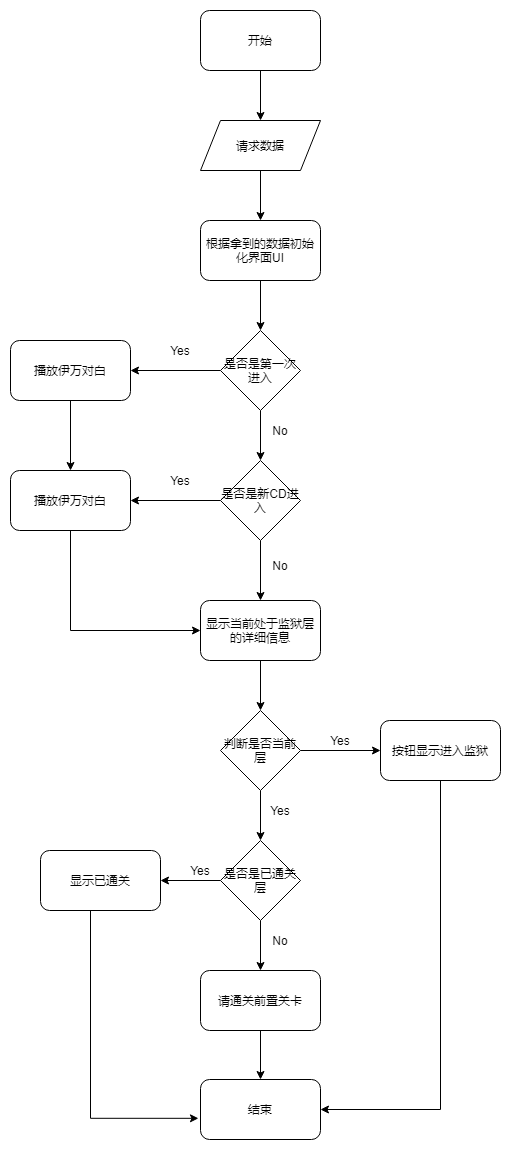
PeterZHQ/StudyRoad keeps this draw.io diagram as Untitled DiagramDeep.png. Above is the earlier version. Source tidied: cells renumbered, new cells last; positions are measured from the earlier drawing's top-left corner, leaving out a move shared by most shapes. The source it was exported from:
```xml
<mxGraphModel>
  <root>
    <mxCell id="0" />
    <mxCell id="1" parent="0" />
    <mxCell id="2" style="edgeStyle=orthogonalEdgeStyle;rounded=0;jettySize=auto;html=1;" parent="1" edge="1" source="3" target="5">
      <mxGeometry relative="1" as="geometry" />
    </mxCell>
    <mxCell id="3" value="开始" style="rounded=1;whiteSpace=wrap;html=1;" parent="1" vertex="1">
      <mxGeometry x="190" width="120" height="60" as="geometry" />
    </mxCell>
    <mxCell id="4" style="edgeStyle=orthogonalEdgeStyle;rounded=0;jettySize=auto;html=1;" parent="1" edge="1" source="5">
      <mxGeometry relative="1" as="geometry">
        <mxPoint x="250" y="210" as="targetPoint" />
      </mxGeometry>
    </mxCell>
    <mxCell id="5" value="请求数据" style="shape=parallelogram;perimeter=parallelogramPerimeter;whiteSpace=wrap;html=1;fixedSize=1;" parent="1" vertex="1">
      <mxGeometry x="190" y="110" width="120" height="50" as="geometry" />
    </mxCell>
    <mxCell id="6" style="edgeStyle=orthogonalEdgeStyle;rounded=0;jettySize=auto;html=1;entryX=0.5;entryY=0;entryDx=0;entryDy=0;" parent="1" edge="1" source="7" target="10">
      <mxGeometry relative="1" as="geometry" />
    </mxCell>
    <mxCell id="7" value="根据拿到的数据初始化界面UI" style="rounded=1;whiteSpace=wrap;html=1;" parent="1" vertex="1">
      <mxGeometry x="190" y="210" width="120" height="60" as="geometry" />
    </mxCell>
    <mxCell id="8" style="edgeStyle=orthogonalEdgeStyle;rounded=0;jettySize=auto;html=1;entryX=1;entryY=0.5;entryDx=0;entryDy=0;" parent="1" edge="1" source="10" target="12">
      <mxGeometry relative="1" as="geometry" />
    </mxCell>
    <mxCell id="9" style="edgeStyle=orthogonalEdgeStyle;rounded=0;jettySize=auto;html=1;entryX=0.5;entryY=0;entryDx=0;entryDy=0;" parent="1" edge="1" source="10" target="16">
      <mxGeometry relative="1" as="geometry" />
    </mxCell>
    <mxCell id="10" value="是否是第一次进入" style="rhombus;whiteSpace=wrap;html=1;" parent="1" vertex="1">
      <mxGeometry x="210" y="320" width="80" height="80" as="geometry" />
    </mxCell>
    <mxCell id="11" style="edgeStyle=orthogonalEdgeStyle;rounded=0;jettySize=auto;html=1;entryX=0.5;entryY=0;entryDx=0;entryDy=0;" parent="1" edge="1" source="12" target="19">
      <mxGeometry relative="1" as="geometry" />
    </mxCell>
    <mxCell id="12" value="播放伊万对白" style="rounded=1;whiteSpace=wrap;html=1;" parent="1" vertex="1">
      <mxGeometry y="330" width="120" height="60" as="geometry" />
    </mxCell>
    <mxCell id="13" value="Yes" style="text;html=1;strokeColor=none;fillColor=none;align=center;verticalAlign=middle;whiteSpace=wrap;rounded=0;" parent="1" vertex="1">
      <mxGeometry x="150" y="330" width="40" height="20" as="geometry" />
    </mxCell>
    <mxCell id="14" style="edgeStyle=orthogonalEdgeStyle;rounded=0;jettySize=auto;html=1;entryX=1;entryY=0.5;entryDx=0;entryDy=0;" parent="1" edge="1" source="16" target="19">
      <mxGeometry relative="1" as="geometry" />
    </mxCell>
    <mxCell id="15" style="edgeStyle=orthogonalEdgeStyle;rounded=0;jettySize=auto;html=1;" parent="1" edge="1" source="16" target="22">
      <mxGeometry relative="1" as="geometry" />
    </mxCell>
    <mxCell id="16" value="是否是新CD进入" style="rhombus;whiteSpace=wrap;html=1;" parent="1" vertex="1">
      <mxGeometry x="210" y="450" width="80" height="80" as="geometry" />
    </mxCell>
    <mxCell id="17" value="No" style="text;html=1;strokeColor=none;fillColor=none;align=center;verticalAlign=middle;whiteSpace=wrap;rounded=0;" parent="1" vertex="1">
      <mxGeometry x="250" y="410" width="40" height="20" as="geometry" />
    </mxCell>
    <mxCell id="18" style="edgeStyle=orthogonalEdgeStyle;rounded=0;jettySize=auto;html=1;entryX=0;entryY=0.5;entryDx=0;entryDy=0;" parent="1" edge="1" source="19" target="22">
      <mxGeometry relative="1" as="geometry">
        <Array as="points">
          <mxPoint x="60" y="620" />
        </Array>
      </mxGeometry>
    </mxCell>
    <mxCell id="19" value="播放伊万对白" style="rounded=1;whiteSpace=wrap;html=1;" parent="1" vertex="1">
      <mxGeometry y="460" width="120" height="60" as="geometry" />
    </mxCell>
    <mxCell id="20" value="Yes" style="text;html=1;strokeColor=none;fillColor=none;align=center;verticalAlign=middle;whiteSpace=wrap;rounded=0;" parent="1" vertex="1">
      <mxGeometry x="150" y="460" width="40" height="20" as="geometry" />
    </mxCell>
    <mxCell id="21" style="edgeStyle=orthogonalEdgeStyle;rounded=0;jettySize=auto;html=1;entryX=0.5;entryY=0;entryDx=0;entryDy=0;" parent="1" edge="1" source="22" target="26">
      <mxGeometry relative="1" as="geometry" />
    </mxCell>
    <mxCell id="22" value="显示当前处于监狱层的详细信息" style="rounded=1;whiteSpace=wrap;html=1;" parent="1" vertex="1">
      <mxGeometry x="190" y="590" width="120" height="60" as="geometry" />
    </mxCell>
    <mxCell id="23" value="No" style="text;html=1;strokeColor=none;fillColor=none;align=center;verticalAlign=middle;whiteSpace=wrap;rounded=0;" parent="1" vertex="1">
      <mxGeometry x="250" y="545" width="40" height="20" as="geometry" />
    </mxCell>
    <mxCell id="24" style="edgeStyle=orthogonalEdgeStyle;rounded=0;jettySize=auto;html=1;entryX=0;entryY=0.5;entryDx=0;entryDy=0;" parent="1" edge="1" source="26" target="28">
      <mxGeometry relative="1" as="geometry" />
    </mxCell>
    <mxCell id="25" style="edgeStyle=orthogonalEdgeStyle;rounded=0;jettySize=auto;html=1;entryX=0.5;entryY=0;entryDx=0;entryDy=0;" parent="1" edge="1" source="26" target="32">
      <mxGeometry relative="1" as="geometry" />
    </mxCell>
    <mxCell id="26" value="判断是否当前层" style="rhombus;whiteSpace=wrap;html=1;" parent="1" vertex="1">
      <mxGeometry x="210" y="700" width="80" height="80" as="geometry" />
    </mxCell>
    <mxCell id="27" style="edgeStyle=orthogonalEdgeStyle;rounded=0;jettySize=auto;html=1;entryX=1;entryY=0.5;entryDx=0;entryDy=0;" parent="1" edge="1" source="28" target="40">
      <mxGeometry relative="1" as="geometry">
        <Array as="points">
          <mxPoint x="430" y="1099" />
        </Array>
      </mxGeometry>
    </mxCell>
    <mxCell id="28" value="按钮显示进入监狱" style="rounded=1;whiteSpace=wrap;html=1;" parent="1" vertex="1">
      <mxGeometry x="370" y="710" width="120" height="60" as="geometry" />
    </mxCell>
    <mxCell id="29" value="Yes" style="text;html=1;strokeColor=none;fillColor=none;align=center;verticalAlign=middle;whiteSpace=wrap;rounded=0;" parent="1" vertex="1">
      <mxGeometry x="310" y="720" width="40" height="20" as="geometry" />
    </mxCell>
    <mxCell id="30" style="edgeStyle=orthogonalEdgeStyle;rounded=0;jettySize=auto;html=1;" parent="1" edge="1" source="32" target="35">
      <mxGeometry relative="1" as="geometry" />
    </mxCell>
    <mxCell id="31" style="edgeStyle=orthogonalEdgeStyle;rounded=0;jettySize=auto;html=1;exitX=0.5;exitY=1;exitDx=0;exitDy=0;" parent="1" edge="1" source="32" target="38">
      <mxGeometry relative="1" as="geometry" />
    </mxCell>
    <mxCell id="32" value="是否是已通关&lt;br&gt;层" style="rhombus;whiteSpace=wrap;html=1;" parent="1" vertex="1">
      <mxGeometry x="210" y="830" width="80" height="80" as="geometry" />
    </mxCell>
    <mxCell id="33" value="Yes" style="text;html=1;strokeColor=none;fillColor=none;align=center;verticalAlign=middle;whiteSpace=wrap;rounded=0;" parent="1" vertex="1">
      <mxGeometry x="250" y="790" width="40" height="20" as="geometry" />
    </mxCell>
    <mxCell id="34" style="edgeStyle=orthogonalEdgeStyle;rounded=0;jettySize=auto;html=1;entryX=-0.017;entryY=0.647;entryDx=0;entryDy=0;entryPerimeter=0;" parent="1" edge="1" source="35" target="40">
      <mxGeometry relative="1" as="geometry">
        <Array as="points">
          <mxPoint x="80" y="1108" />
        </Array>
      </mxGeometry>
    </mxCell>
    <mxCell id="35" value="显示已通关" style="rounded=1;whiteSpace=wrap;html=1;" parent="1" vertex="1">
      <mxGeometry x="30" y="840" width="120" height="60" as="geometry" />
    </mxCell>
    <mxCell id="36" value="Yes" style="text;html=1;strokeColor=none;fillColor=none;align=center;verticalAlign=middle;whiteSpace=wrap;rounded=0;" parent="1" vertex="1">
      <mxGeometry x="170" y="850" width="40" height="20" as="geometry" />
    </mxCell>
    <mxCell id="37" style="edgeStyle=orthogonalEdgeStyle;rounded=0;jettySize=auto;html=1;entryX=0.5;entryY=0;entryDx=0;entryDy=0;" parent="1" edge="1" source="38" target="40">
      <mxGeometry relative="1" as="geometry" />
    </mxCell>
    <mxCell id="38" value="请通关前置关卡" style="rounded=1;whiteSpace=wrap;html=1;" parent="1" vertex="1">
      <mxGeometry x="190" y="960" width="120" height="60" as="geometry" />
    </mxCell>
    <mxCell id="39" value="No" style="text;html=1;strokeColor=none;fillColor=none;align=center;verticalAlign=middle;whiteSpace=wrap;rounded=0;" parent="1" vertex="1">
      <mxGeometry x="250" y="920" width="40" height="20" as="geometry" />
    </mxCell>
    <mxCell id="40" value="结束" style="rounded=1;whiteSpace=wrap;html=1;" parent="1" vertex="1">
      <mxGeometry x="190" y="1069" width="120" height="60" as="geometry" />
    </mxCell>
  </root>
</mxGraphModel>
```
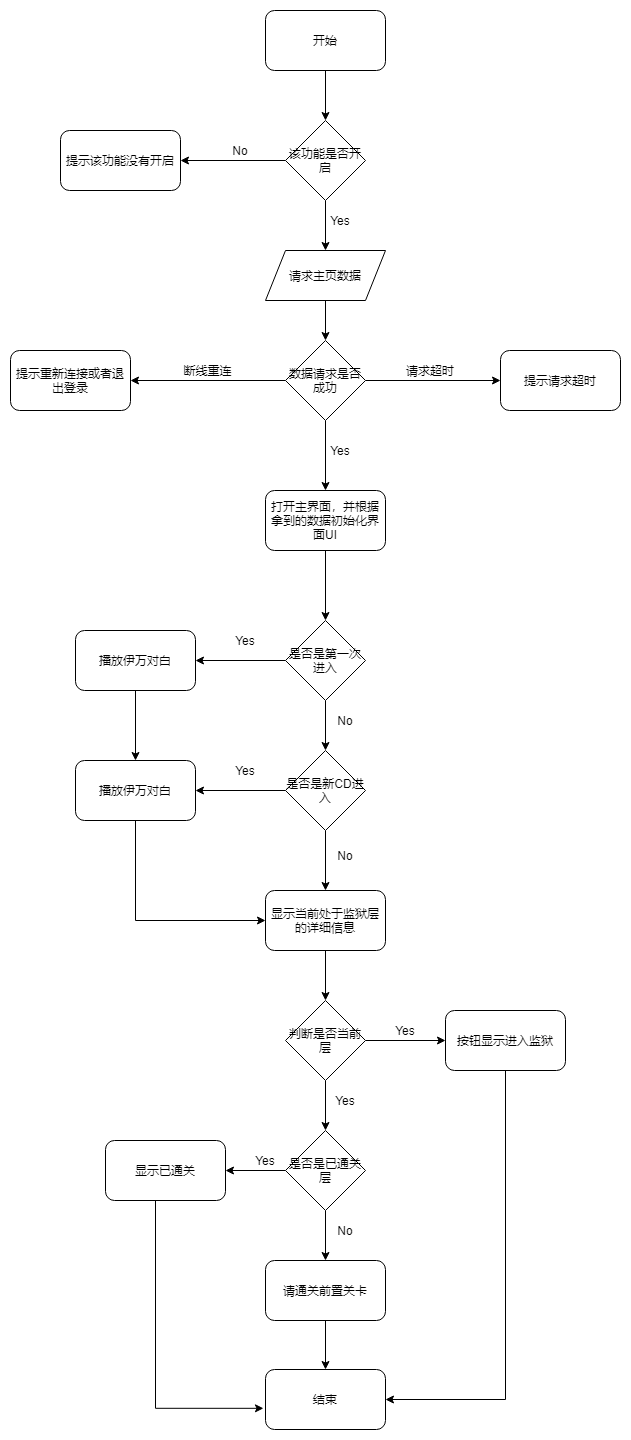
Later version of the same file.

Change to the diagram source:
```diff
@@ -2,25 +2,23 @@
   <root>
     <mxCell id="0" />
     <mxCell id="1" parent="0" />
-    <mxCell id="2" style="edgeStyle=orthogonalEdgeStyle;rounded=0;jettySize=auto;html=1;" parent="1" edge="1" source="3" target="5">
-      <mxGeometry relative="1" as="geometry" />
-    </mxCell>
+    <mxCell id="41" style="edgeStyle=orthogonalEdgeStyle;rounded=0;jettySize=auto;html=1;" parent="1" edge="1" source="3" target="45">
+      <mxGeometry relative="1" as="geometry" />
+    </mxCell>
     <mxCell id="3" value="开始" style="rounded=1;whiteSpace=wrap;html=1;" parent="1" vertex="1">
-      <mxGeometry x="190" width="120" height="60" as="geometry" />
+      <mxGeometry x="190" y="-290" width="120" height="60" as="geometry" />
     </mxCell>
-    <mxCell id="4" style="edgeStyle=orthogonalEdgeStyle;rounded=0;jettySize=auto;html=1;" parent="1" edge="1" source="5">
-      <mxGeometry relative="1" as="geometry">
-        <mxPoint x="250" y="210" as="targetPoint" />
-      </mxGeometry>
-    </mxCell>
+    <mxCell id="42" style="edgeStyle=orthogonalEdgeStyle;rounded=0;jettySize=auto;html=1;entryX=0.5;entryY=0;entryDx=0;entryDy=0;" parent="1" edge="1" source="5" target="52">
+      <mxGeometry relative="1" as="geometry" />
+    </mxCell>
-    <mxCell id="5" value="请求数据" style="shape=parallelogram;perimeter=parallelogramPerimeter;whiteSpace=wrap;html=1;fixedSize=1;" parent="1" vertex="1">
-      <mxGeometry x="190" y="110" width="120" height="50" as="geometry" />
+    <mxCell id="5" value="请求主页数据" style="shape=parallelogram;perimeter=parallelogramPerimeter;whiteSpace=wrap;html=1;fixedSize=1;" parent="1" vertex="1">
+      <mxGeometry x="190" y="-50" width="120" height="50" as="geometry" />
     </mxCell>
     <mxCell id="6" style="edgeStyle=orthogonalEdgeStyle;rounded=0;jettySize=auto;html=1;entryX=0.5;entryY=0;entryDx=0;entryDy=0;" parent="1" edge="1" source="7" target="10">
       <mxGeometry relative="1" as="geometry" />
     </mxCell>
-    <mxCell id="7" value="根据拿到的数据初始化界面UI" style="rounded=1;whiteSpace=wrap;html=1;" parent="1" vertex="1">
-      <mxGeometry x="190" y="210" width="120" height="60" as="geometry" />
+    <mxCell id="7" value="打开主界面，并根据拿到的数据初始化界面UI" style="rounded=1;whiteSpace=wrap;html=1;" parent="1" vertex="1">
+      <mxGeometry x="190" y="190" width="120" height="60" as="geometry" />
     </mxCell>
     <mxCell id="8" style="edgeStyle=orthogonalEdgeStyle;rounded=0;jettySize=auto;html=1;entryX=1;entryY=0.5;entryDx=0;entryDy=0;" parent="1" edge="1" source="10" target="12">
       <mxGeometry relative="1" as="geometry" />
@@ -133,5 +131,50 @@
     <mxCell id="40" value="结束" style="rounded=1;whiteSpace=wrap;html=1;" parent="1" vertex="1">
       <mxGeometry x="190" y="1069" width="120" height="60" as="geometry" />
     </mxCell>
+    <mxCell id="43" style="edgeStyle=orthogonalEdgeStyle;rounded=0;jettySize=auto;html=1;" parent="1" edge="1" source="45" target="46">
+      <mxGeometry relative="1" as="geometry" />
+    </mxCell>
+    <mxCell id="44" style="edgeStyle=orthogonalEdgeStyle;rounded=0;jettySize=auto;html=1;" parent="1" edge="1" source="45" target="5">
+      <mxGeometry relative="1" as="geometry" />
+    </mxCell>
+    <mxCell id="45" value="该功能是否开启" style="rhombus;whiteSpace=wrap;html=1;" parent="1" vertex="1">
+      <mxGeometry x="210" y="-180" width="80" height="80" as="geometry" />
+    </mxCell>
+    <mxCell id="46" value="提示该功能没有开启" style="rounded=1;whiteSpace=wrap;html=1;" parent="1" vertex="1">
+      <mxGeometry x="-15" y="-170" width="120" height="60" as="geometry" />
+    </mxCell>
+    <mxCell id="47" value="No" style="text;html=1;strokeColor=none;fillColor=none;align=center;verticalAlign=middle;whiteSpace=wrap;rounded=0;" parent="1" vertex="1">
+      <mxGeometry x="145" y="-160" width="40" height="20" as="geometry" />
+    </mxCell>
+    <mxCell id="48" value="Yes" style="text;html=1;strokeColor=none;fillColor=none;align=center;verticalAlign=middle;whiteSpace=wrap;rounded=0;" parent="1" vertex="1">
+      <mxGeometry x="245" y="-90" width="40" height="20" as="geometry" />
+    </mxCell>
+    <mxCell id="49" style="edgeStyle=orthogonalEdgeStyle;rounded=0;jettySize=auto;html=1;entryX=0.5;entryY=0;entryDx=0;entryDy=0;" parent="1" edge="1" source="52" target="7">
+      <mxGeometry relative="1" as="geometry" />
+    </mxCell>
+    <mxCell id="50" style="edgeStyle=orthogonalEdgeStyle;rounded=0;jettySize=auto;html=1;exitX=1;exitY=0.5;exitDx=0;exitDy=0;entryX=0;entryY=0.5;entryDx=0;entryDy=0;" parent="1" edge="1" source="52" target="54">
+      <mxGeometry relative="1" as="geometry" />
+    </mxCell>
+    <mxCell id="51" style="edgeStyle=orthogonalEdgeStyle;rounded=0;jettySize=auto;html=1;entryX=1;entryY=0.5;entryDx=0;entryDy=0;" parent="1" edge="1" source="52" target="56">
+      <mxGeometry relative="1" as="geometry" />
+    </mxCell>
+    <mxCell id="52" value="数据请求是否成功" style="rhombus;whiteSpace=wrap;html=1;" parent="1" vertex="1">
+      <mxGeometry x="210" y="40" width="80" height="80" as="geometry" />
+    </mxCell>
+    <mxCell id="53" value="Yes" style="text;html=1;strokeColor=none;fillColor=none;align=center;verticalAlign=middle;whiteSpace=wrap;rounded=0;" parent="1" vertex="1">
+      <mxGeometry x="245" y="140" width="40" height="20" as="geometry" />
+    </mxCell>
+    <mxCell id="54" value="提示请求超时" style="rounded=1;whiteSpace=wrap;html=1;" parent="1" vertex="1">
+      <mxGeometry x="425" y="50" width="120" height="60" as="geometry" />
+    </mxCell>
+    <mxCell id="55" value="请求超时" style="text;html=1;strokeColor=none;fillColor=none;align=center;verticalAlign=middle;whiteSpace=wrap;rounded=0;" parent="1" vertex="1">
+      <mxGeometry x="305" y="60" width="100" height="20" as="geometry" />
+    </mxCell>
+    <mxCell id="56" value="提示重新连接或者退出登录" style="rounded=1;whiteSpace=wrap;html=1;" parent="1" vertex="1">
+      <mxGeometry x="-65" y="50" width="120" height="60" as="geometry" />
+    </mxCell>
+    <mxCell id="57" value="断线重连" style="text;html=1;strokeColor=none;fillColor=none;align=center;verticalAlign=middle;whiteSpace=wrap;rounded=0;" parent="1" vertex="1">
+      <mxGeometry x="80" y="60" width="105" height="20" as="geometry" />
+    </mxCell>
   </root>
 </mxGraphModel>
```
